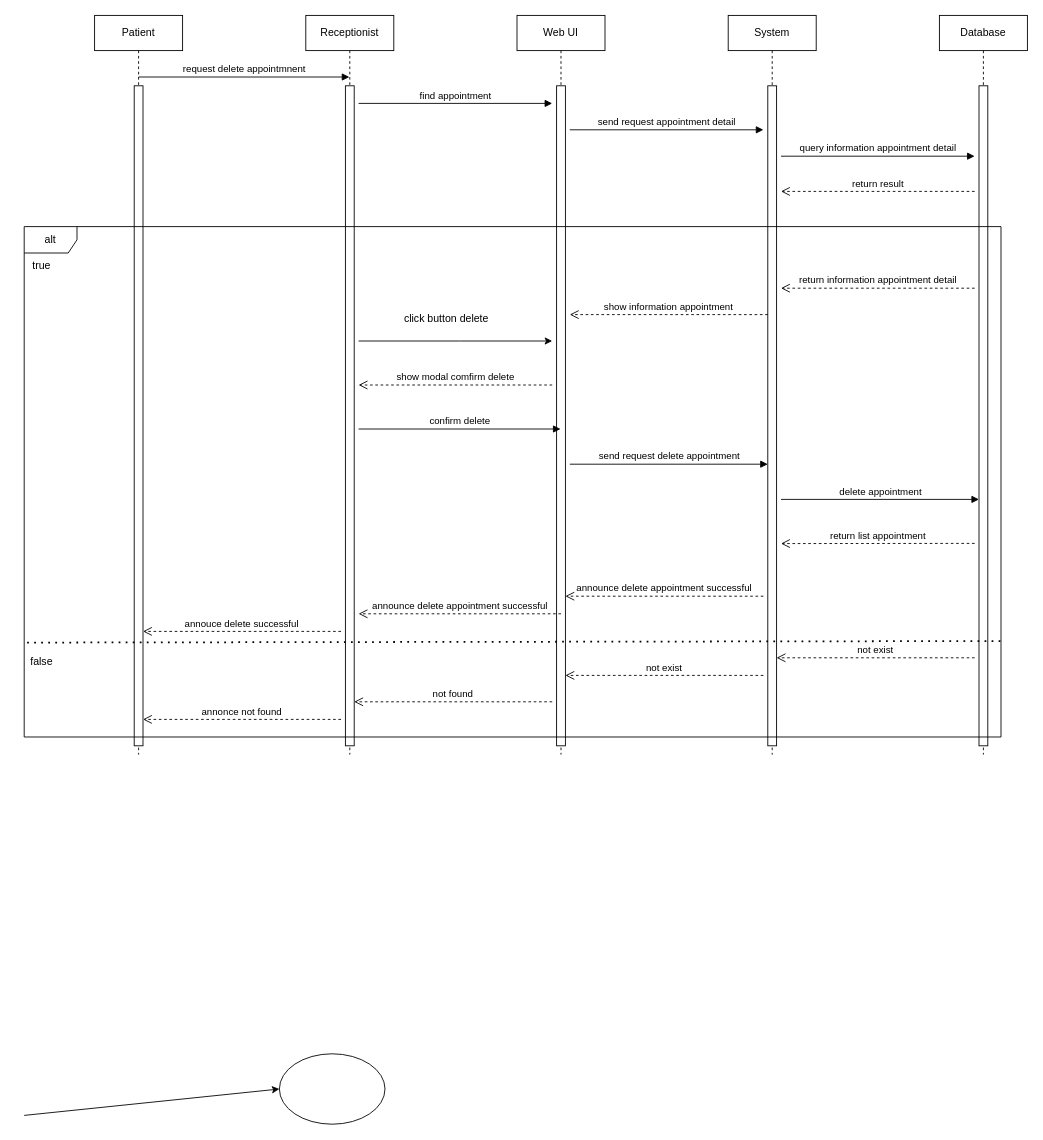
Earlier version of the draw.io diagram page "Sequence xoá lịch hẹn" (7 of 25) of project.drawio (Quang-1310/Quang-ENG-KS24A). Source tidied: cells renumbered, new cells numbered last; positions are measured from the earlier drawing's top-left corner, leaving out a move shared by most shapes. Both pictures are drawn from the tidied source at 88%, with x=0, y=0 at pixel (15, 15).
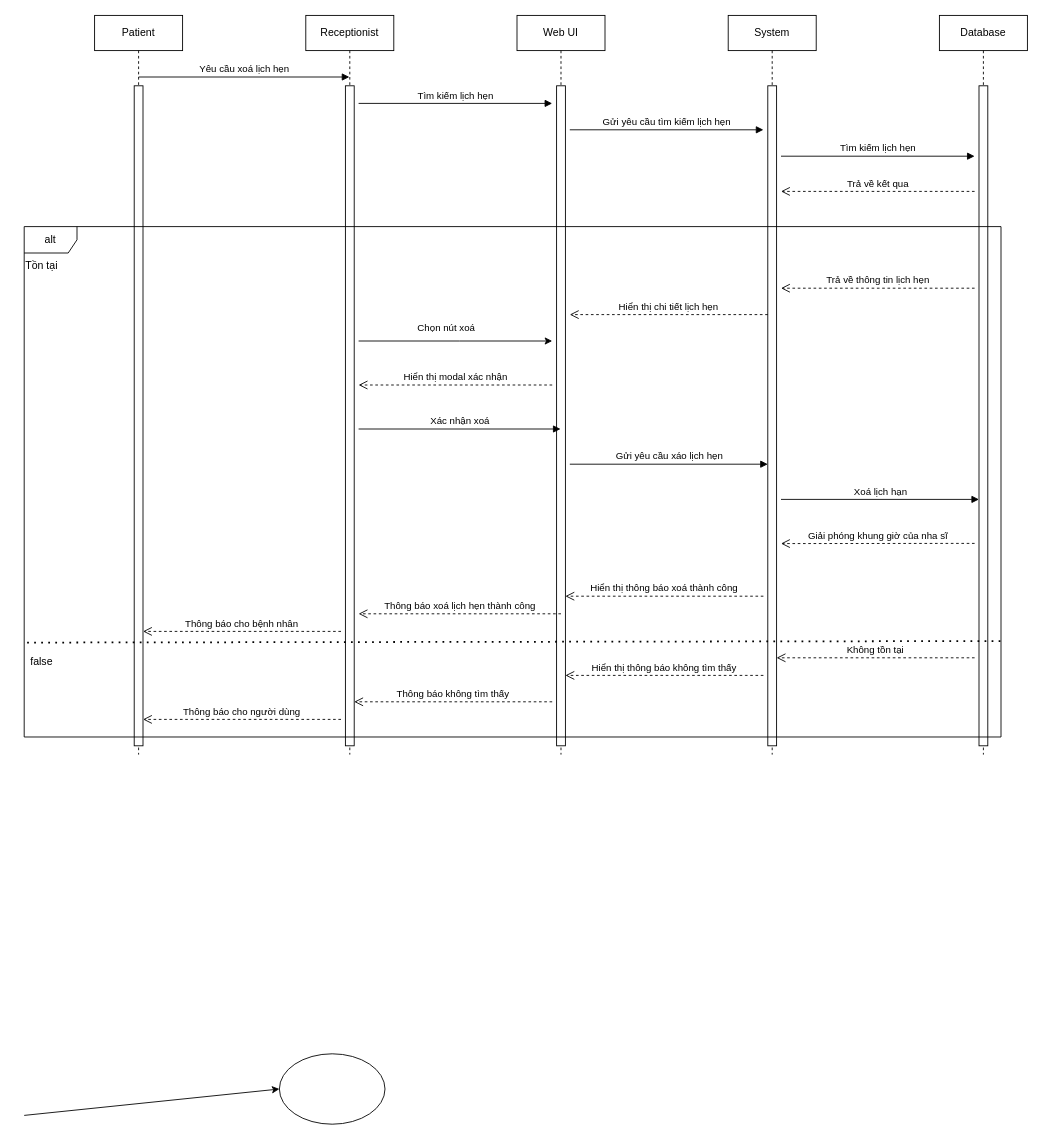
Above is the later version.

Unchanged cells that the change refers to:
```xml
<mxCell id="3" style="html=1;points=[[0,0,0,0,5],[0,1,0,0,-5],[1,0,0,0,5],[1,1,0,0,-5]];perimeter=orthogonalPerimeter;outlineConnect=0;targetShapes=umlLifeline;portConstraint=eastwest;newEdgeStyle={&quot;curved&quot;:0,&quot;rounded&quot;:0};" parent="2" vertex="1">
  <mxGeometry x="45" y="80" width="10" height="750" as="geometry" />
</mxCell>
<mxCell id="4" value="Receptionist" style="shape=umlLifeline;perimeter=lifelinePerimeter;whiteSpace=wrap;html=1;outlineConnect=0;portConstraint=eastwest;newEdgeStyle={&quot;curved&quot;:0,&quot;rounded&quot;:0};" parent="1" vertex="1">
  <mxGeometry x="330" width="100" height="840" as="geometry" />
</mxCell>
<mxCell id="5" style="html=1;points=[[0,0,0,0,5],[0,1,0,0,-5],[1,0,0,0,5],[1,1,0,0,-5]];perimeter=orthogonalPerimeter;outlineConnect=0;targetShapes=umlLifeline;portConstraint=eastwest;newEdgeStyle={&quot;curved&quot;:0,&quot;rounded&quot;:0};" parent="4" vertex="1">
  <mxGeometry x="45" y="80" width="10" height="750" as="geometry" />
</mxCell>
<mxCell id="6" value="Web UI" style="shape=umlLifeline;perimeter=lifelinePerimeter;whiteSpace=wrap;html=1;outlineConnect=0;portConstraint=eastwest;newEdgeStyle={&quot;curved&quot;:0,&quot;rounded&quot;:0};" parent="1" vertex="1">
  <mxGeometry x="570" width="100" height="840" as="geometry" />
</mxCell>
<mxCell id="9" style="html=1;points=[[0,0,0,0,5],[0,1,0,0,-5],[1,0,0,0,5],[1,1,0,0,-5]];perimeter=orthogonalPerimeter;outlineConnect=0;targetShapes=umlLifeline;portConstraint=eastwest;newEdgeStyle={&quot;curved&quot;:0,&quot;rounded&quot;:0};" parent="8" vertex="1">
  <mxGeometry x="45" y="80" width="10" height="750" as="geometry" />
</mxCell>
```

The edit, as a diff of the source:
```diff
@@
-    <mxCell id="12" value="request delete appointmnent" style="html=1;verticalAlign=bottom;endArrow=block;curved=0;rounded=0;" parent="1" edge="1" target="4">
+    <mxCell id="12" value="Yêu cầu xoá lịch hẹn" style="html=1;verticalAlign=bottom;endArrow=block;curved=0;rounded=0;" parent="1" edge="1" target="4">
       <mxGeometry relative="1" as="geometry">
         <mxPoint x="140" y="70" as="sourcePoint" />
       </mxGeometry>
     </mxCell>
-    <mxCell id="13" value="find appointment" style="html=1;verticalAlign=bottom;endArrow=block;curved=0;rounded=0;" parent="1" edge="1">
+    <mxCell id="13" value="Tìm kiếm lịch hẹn" style="html=1;verticalAlign=bottom;endArrow=block;curved=0;rounded=0;" parent="1" edge="1">
       <mxGeometry relative="1" as="geometry">
         <mxPoint x="390" y="100" as="sourcePoint" />
         <mxPoint x="610" y="100" as="targetPoint" />
       </mxGeometry>
     </mxCell>
-    <mxCell id="14" value="send request appointment detail" style="html=1;verticalAlign=bottom;endArrow=block;curved=0;rounded=0;" parent="1" edge="1">
+    <mxCell id="14" value="Gửi yêu cầu tìm kiếm lịch hẹn" style="html=1;verticalAlign=bottom;endArrow=block;curved=0;rounded=0;" parent="1" edge="1">
       <mxGeometry relative="1" as="geometry">
         <mxPoint x="630" y="130" as="sourcePoint" />
         <mxPoint x="850" y="130" as="targetPoint" />
       </mxGeometry>
     </mxCell>
-    <mxCell id="15" value="query information appointment detail" style="html=1;verticalAlign=bottom;endArrow=block;curved=0;rounded=0;" parent="1" edge="1">
+    <mxCell id="15" value="Tìm kiếm lịch hẹn" style="html=1;verticalAlign=bottom;endArrow=block;curved=0;rounded=0;" parent="1" edge="1">
       <mxGeometry relative="1" as="geometry">
         <mxPoint x="870" y="160" as="sourcePoint" />
         <mxPoint x="1090" y="160" as="targetPoint" />
       </mxGeometry>
     </mxCell>
-    <mxCell id="16" value="return information appointment detail" style="html=1;verticalAlign=bottom;endArrow=open;dashed=1;endSize=8;curved=0;rounded=0;" parent="1" edge="1">
+    <mxCell id="16" value="Trả về thông tin lịch hẹn" style="html=1;verticalAlign=bottom;endArrow=open;dashed=1;endSize=8;curved=0;rounded=0;" parent="1" edge="1">
       <mxGeometry relative="1" as="geometry">
         <mxPoint x="1090" y="310" as="sourcePoint" />
         <mxPoint x="870" y="310" as="targetPoint" />
       </mxGeometry>
     </mxCell>
-    <mxCell id="17" value="return result" style="html=1;verticalAlign=bottom;endArrow=open;dashed=1;endSize=8;curved=0;rounded=0;" parent="1" edge="1">
+    <mxCell id="17" value="Trả về kết qua" style="html=1;verticalAlign=bottom;endArrow=open;dashed=1;endSize=8;curved=0;rounded=0;" parent="1" edge="1">
       <mxGeometry relative="1" as="geometry">
         <mxPoint x="1090" y="200" as="sourcePoint" />
         <mxPoint x="870" y="200" as="targetPoint" />
       </mxGeometry>
     </mxCell>
@@
-    <mxCell id="19" value="true" style="text;html=1;whiteSpace=wrap;strokeColor=none;fillColor=none;align=center;verticalAlign=middle;rounded=0;" parent="1" vertex="1">
+    <mxCell id="19" value="Tồn tại" style="text;html=1;whiteSpace=wrap;strokeColor=none;fillColor=none;align=center;verticalAlign=middle;rounded=0;" parent="1" vertex="1">
       <mxGeometry y="270" width="60" height="30" as="geometry" />
     </mxCell>
-    <mxCell id="20" value="show information appointment" style="html=1;verticalAlign=bottom;endArrow=open;dashed=1;endSize=8;curved=0;rounded=0;" parent="1" edge="1" source="9">
+    <mxCell id="20" value="Hiển thị chi tiết lịch hẹn" style="html=1;verticalAlign=bottom;endArrow=open;dashed=1;endSize=8;curved=0;rounded=0;" parent="1" edge="1" source="9">
       <mxGeometry relative="1" as="geometry">
         <mxPoint x="630" y="340" as="targetPoint" />
       </mxGeometry>
     </mxCell>
-    <mxCell id="21" value="send request delete appointment" style="html=1;verticalAlign=bottom;endArrow=block;curved=0;rounded=0;" parent="1" edge="1" target="9">
+    <mxCell id="21" value="Gửi yêu cầu xáo lịch hẹn" style="html=1;verticalAlign=bottom;endArrow=block;curved=0;rounded=0;" parent="1" edge="1" target="9">
       <mxGeometry relative="1" as="geometry">
         <mxPoint x="630" y="510" as="sourcePoint" />
       </mxGeometry>
     </mxCell>
-    <mxCell id="22" value="delete appointment" style="html=1;verticalAlign=bottom;endArrow=block;curved=0;rounded=0;" parent="1" edge="1">
+    <mxCell id="22" value="Xoá lịch hạn" style="html=1;verticalAlign=bottom;endArrow=block;curved=0;rounded=0;" parent="1" edge="1">
       <mxGeometry relative="1" as="geometry">
         <mxPoint x="870" y="550" as="sourcePoint" />
         <mxPoint x="1095" y="550" as="targetPoint" />
       </mxGeometry>
     </mxCell>
-    <mxCell id="23" value="announce delete appointment successful" style="html=1;verticalAlign=bottom;endArrow=open;dashed=1;endSize=8;curved=0;rounded=0;" parent="1" edge="1">
+    <mxCell id="23" value="Hiển thị thông báo xoá thành công" style="html=1;verticalAlign=bottom;endArrow=open;dashed=1;endSize=8;curved=0;rounded=0;" parent="1" edge="1">
       <mxGeometry relative="1" as="geometry">
         <mxPoint x="850" y="660" as="sourcePoint" />
         <mxPoint x="625" y="660" as="targetPoint" />
         <Array as="points">
           <mxPoint x="810" y="660" />
         </Array>
       </mxGeometry>
     </mxCell>
-    <mxCell id="24" value="announce delete appointment successful" style="html=1;verticalAlign=bottom;endArrow=open;dashed=1;endSize=8;curved=0;rounded=0;" parent="1" edge="1">
+    <mxCell id="24" value="Thông báo xoá lịch hẹn thành công" style="html=1;verticalAlign=bottom;endArrow=open;dashed=1;endSize=8;curved=0;rounded=0;" parent="1" edge="1">
       <mxGeometry relative="1" as="geometry">
         <mxPoint x="620" y="680" as="sourcePoint" />
         <mxPoint x="390" y="680" as="targetPoint" />
       </mxGeometry>
     </mxCell>
-    <mxCell id="25" value="annouce delete successful" style="html=1;verticalAlign=bottom;endArrow=open;dashed=1;endSize=8;curved=0;rounded=0;" parent="1" edge="1">
+    <mxCell id="25" value="Thông báo cho bệnh nhân" style="html=1;verticalAlign=bottom;endArrow=open;dashed=1;endSize=8;curved=0;rounded=0;" parent="1" edge="1">
       <mxGeometry relative="1" as="geometry">
         <mxPoint x="370" y="700" as="sourcePoint" />
         <mxPoint x="145" y="700" as="targetPoint" />
       </mxGeometry>
     </mxCell>
@@
-    <mxCell id="28" value="not exist" style="html=1;verticalAlign=bottom;endArrow=open;dashed=1;endSize=8;curved=0;rounded=0;" parent="1" edge="1">
+    <mxCell id="28" value="Không tồn tại" style="html=1;verticalAlign=bottom;endArrow=open;dashed=1;endSize=8;curved=0;rounded=0;" parent="1" edge="1">
       <mxGeometry relative="1" as="geometry">
         <mxPoint x="1090" y="730" as="sourcePoint" />
         <mxPoint x="865" y="730" as="targetPoint" />
       </mxGeometry>
     </mxCell>
-    <mxCell id="29" value="not exist" style="html=1;verticalAlign=bottom;endArrow=open;dashed=1;endSize=8;curved=0;rounded=0;" parent="1" edge="1">
+    <mxCell id="29" value="Hiển thị thông báo không tìm thấy" style="html=1;verticalAlign=bottom;endArrow=open;dashed=1;endSize=8;curved=0;rounded=0;" parent="1" edge="1">
       <mxGeometry relative="1" as="geometry">
         <mxPoint x="850" y="750" as="sourcePoint" />
         <mxPoint x="625" y="750" as="targetPoint" />
         <Array as="points">
           <mxPoint x="830" y="750" />
         </Array>
       </mxGeometry>
     </mxCell>
-    <mxCell id="30" value="not found" style="html=1;verticalAlign=bottom;endArrow=open;dashed=1;endSize=8;curved=0;rounded=0;" parent="1" edge="1" target="5">
+    <mxCell id="30" value="Thông báo không tìm thấy" style="html=1;verticalAlign=bottom;endArrow=open;dashed=1;endSize=8;curved=0;rounded=0;" parent="1" edge="1" target="5">
       <mxGeometry relative="1" as="geometry">
         <mxPoint x="610" y="780" as="sourcePoint" />
       </mxGeometry>
     </mxCell>
-    <mxCell id="31" value="annonce not found" style="html=1;verticalAlign=bottom;endArrow=open;dashed=1;endSize=8;curved=0;rounded=0;" parent="1" edge="1" target="3">
+    <mxCell id="31" value="Thông báo cho người dùng" style="html=1;verticalAlign=bottom;endArrow=open;dashed=1;endSize=8;curved=0;rounded=0;" parent="1" edge="1" target="3">
       <mxGeometry relative="1" as="geometry">
         <mxPoint x="370" y="800" as="sourcePoint" />
       </mxGeometry>
     </mxCell>
-    <mxCell id="32" value="return list appointment" style="html=1;verticalAlign=bottom;endArrow=open;dashed=1;endSize=8;curved=0;rounded=0;entryX=1.5;entryY=0.747;entryDx=0;entryDy=0;entryPerimeter=0;" parent="1" edge="1">
+    <mxCell id="32" value="Giải phóng khung giờ của nha sĩ" style="html=1;verticalAlign=bottom;endArrow=open;dashed=1;endSize=8;curved=0;rounded=0;entryX=1.5;entryY=0.747;entryDx=0;entryDy=0;entryPerimeter=0;" parent="1" edge="1">
       <mxGeometry relative="1" as="geometry">
         <mxPoint x="1090" y="600" as="sourcePoint" />
         <mxPoint x="870" y="600.2" as="targetPoint" />
         <Array as="points">
           <mxPoint x="1070" y="600" />
         </Array>
       </mxGeometry>
     </mxCell>
@@
-    <mxCell id="36" value="click button delete" style="text;html=1;whiteSpace=wrap;strokeColor=none;fillColor=none;align=center;verticalAlign=middle;rounded=0;" parent="1" vertex="1">
-      <mxGeometry x="430" y="330" width="120" height="30" as="geometry" />
+    <mxCell id="36" value="&lt;span style=&quot;font-size: 11px; text-wrap-mode: nowrap; background-color: rgb(255, 255, 255);&quot;&gt;Chọn nút xoá&lt;/span&gt;" style="text;html=1;whiteSpace=wrap;strokeColor=none;fillColor=none;align=center;verticalAlign=middle;rounded=0;" parent="1" vertex="1">
+      <mxGeometry x="430" y="340" width="120" height="30" as="geometry" />
     </mxCell>
-    <mxCell id="37" value="show modal comfirm delete" style="html=1;verticalAlign=bottom;endArrow=open;dashed=1;endSize=8;curved=0;rounded=0;" parent="1" edge="1">
+    <mxCell id="37" value="Hiển thị modal xác nhận" style="html=1;verticalAlign=bottom;endArrow=open;dashed=1;endSize=8;curved=0;rounded=0;" parent="1" edge="1">
       <mxGeometry relative="1" as="geometry">
         <mxPoint x="610" y="420" as="sourcePoint" />
         <mxPoint x="390" y="420" as="targetPoint" />
       </mxGeometry>
     </mxCell>
-    <mxCell id="38" value="confirm delete" style="html=1;verticalAlign=bottom;endArrow=block;curved=0;rounded=0;" parent="1" edge="1" target="6">
+    <mxCell id="38" value="Xác nhận xoá" style="html=1;verticalAlign=bottom;endArrow=block;curved=0;rounded=0;" parent="1" edge="1" target="6">
       <mxGeometry relative="1" as="geometry">
         <mxPoint x="390" y="470" as="sourcePoint" />
       </mxGeometry>
     </mxCell>
```
